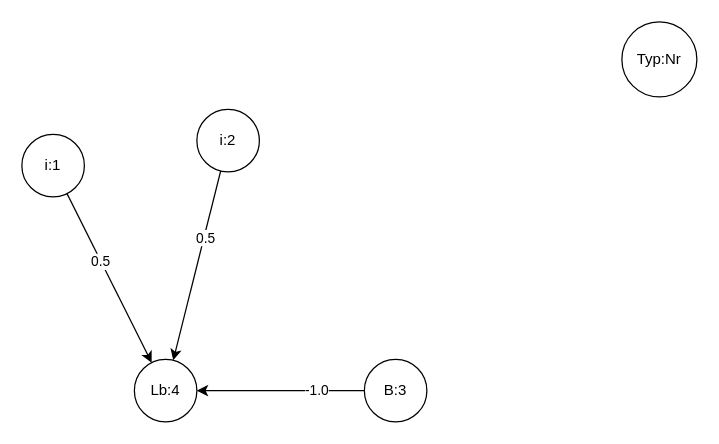
dieupatr/NeuroNet keeps this draw.io diagram as Doc/Exampel/AndNetwork/NeuroTest.drawio. Above is the earlier version. Source tidied: cells renumbered, new cells numbered last; positions are measured from the earlier drawing's top-left corner, leaving out a move shared by most shapes. Both pictures are drawn from the tidied source at 125%, with x=0, y=0 at pixel (21, 21).
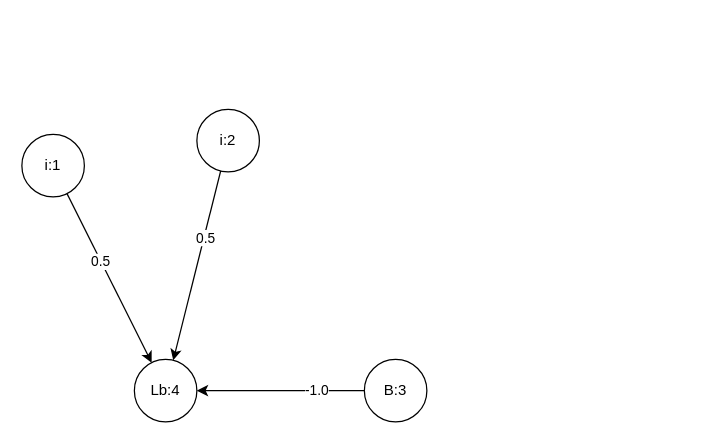
Above is the later version.

What changed in the source:
```diff
@@
 <mxGraphModel>
   <root>
     <mxCell id="0" />
     <mxCell id="1" parent="0" />
     <mxCell id="2" style="edgeStyle=none;rounded=0;jettySize=auto;html=1;" parent="1" edge="1" source="4" target="8">
       <mxGeometry relative="1" as="geometry" />
     </mxCell>
     <mxCell id="3" value="0.5" style="edgeLabel;html=1;align=center;verticalAlign=middle;" parent="2" vertex="1">
       <mxGeometry x="-0.2" y="-1" relative="1" as="geometry" />
     </mxCell>
     <mxCell id="4" value="i:1" style="ellipse;whiteSpace=wrap;html=1;" parent="1" vertex="1">
       <mxGeometry y="90" width="50" height="50" as="geometry" />
     </mxCell>
     <mxCell id="5" style="edgeStyle=none;rounded=0;jettySize=auto;html=1;" parent="1" edge="1" source="7" target="8">
       <mxGeometry relative="1" as="geometry" />
     </mxCell>
     <mxCell id="6" value="0.5" style="edgeLabel;html=1;align=center;verticalAlign=middle;" parent="5" vertex="1">
       <mxGeometry x="-0.29" y="1" relative="1" as="geometry" />
     </mxCell>
     <mxCell id="7" value="i:2" style="ellipse;whiteSpace=wrap;html=1;" parent="1" vertex="1">
       <mxGeometry x="140" y="70" width="50" height="50" as="geometry" />
     </mxCell>
     <mxCell id="8" value="Lb:4" style="ellipse;whiteSpace=wrap;html=1;" parent="1" vertex="1">
       <mxGeometry x="90" y="270" width="50" height="50" as="geometry" />
     </mxCell>
     <mxCell id="9" style="edgeStyle=none;rounded=0;jettySize=auto;html=1;entryX=1;entryY=0.5;entryDx=0;entryDy=0;" parent="1" edge="1" source="11" target="8">
       <mxGeometry relative="1" as="geometry" />
     </mxCell>
     <mxCell id="10" value="-1.0" style="edgeLabel;html=1;align=center;verticalAlign=middle;" parent="9" vertex="1">
       <mxGeometry x="-0.42" y="-2" relative="1" as="geometry">
         <mxPoint y="1" as="offset" />
       </mxGeometry>
     </mxCell>
     <mxCell id="11" value="B:3" style="ellipse;whiteSpace=wrap;html=1;" parent="1" vertex="1">
       <mxGeometry x="274" y="270" width="50" height="50" as="geometry" />
     </mxCell>
-    <mxCell id="12" value="Typ:Nr" style="ellipse;whiteSpace=wrap;html=1;" parent="1" vertex="1">
-      <mxGeometry x="480" width="60" height="60" as="geometry" />
-    </mxCell>
   </root>
 </mxGraphModel>
```
